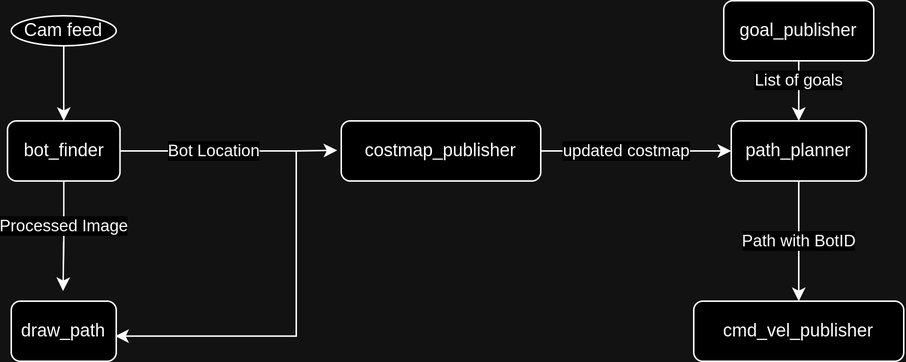
Above: diag.png in ohmvaghela/Flipkart-GRiD-3.0 (draw.io), before the change. Source tidied: cells renumbered, new cells last; positions are measured from the earlier drawing's top-left corner, leaving out a move shared by most shapes. Its diagram source:
```xml
<mxGraphModel>
  <root>
    <mxCell id="0" />
    <mxCell id="1" parent="0" />
    <mxCell id="2" style="edgeStyle=orthogonalEdgeStyle;rounded=0;jettySize=auto;html=1;entryX=0.5;entryY=0;entryDx=0;entryDy=0;" parent="1" edge="1" source="3" target="8">
      <mxGeometry relative="1" as="geometry" />
    </mxCell>
    <mxCell id="3" value="Cam feed" style="ellipse;whiteSpace=wrap;html=1;" parent="1" vertex="1">
      <mxGeometry x="2" y="10" width="70" height="20" as="geometry" />
    </mxCell>
    <mxCell id="4" style="edgeStyle=orthogonalEdgeStyle;rounded=0;jettySize=auto;html=1;entryX=-0.02;entryY=0.49;entryDx=0;entryDy=0;entryPerimeter=0;" parent="1" edge="1" source="8" target="18">
      <mxGeometry relative="1" as="geometry">
        <Array as="points">
          <mxPoint x="192" y="100" />
          <mxPoint x="192" y="100" />
        </Array>
      </mxGeometry>
    </mxCell>
    <mxCell id="5" value="Bot Location" style="edgeLabel;html=1;align=center;verticalAlign=middle;" parent="4" vertex="1">
      <mxGeometry x="-0.15" relative="1" as="geometry" />
    </mxCell>
    <mxCell id="6" style="edgeStyle=orthogonalEdgeStyle;rounded=0;jettySize=auto;html=1;entryX=0.493;entryY=-0.169;entryDx=0;entryDy=0;entryPerimeter=0;" parent="1" edge="1" source="8" target="15">
      <mxGeometry relative="1" as="geometry" />
    </mxCell>
    <mxCell id="7" value="Processed Image" style="edgeLabel;html=1;align=center;verticalAlign=middle;" parent="6" vertex="1">
      <mxGeometry x="-0.19" relative="1" as="geometry" />
    </mxCell>
    <mxCell id="8" value="bot_finder" style="rounded=1;whiteSpace=wrap;html=1;verticalAlign=middle;" parent="1" vertex="1">
      <mxGeometry x="-0.5" y="80" width="75" height="40" as="geometry" />
    </mxCell>
    <mxCell id="9" style="edgeStyle=orthogonalEdgeStyle;rounded=0;jettySize=auto;html=1;" parent="1" edge="1" source="11" target="14">
      <mxGeometry relative="1" as="geometry" />
    </mxCell>
    <mxCell id="10" value="List of goals" style="edgeLabel;html=1;align=center;verticalAlign=middle;" parent="9" vertex="1">
      <mxGeometry x="-0.35" relative="1" as="geometry" />
    </mxCell>
    <mxCell id="11" value="goal_publisher" style="rounded=1;whiteSpace=wrap;html=1;" parent="1" vertex="1">
      <mxGeometry x="477" width="100" height="40" as="geometry" />
    </mxCell>
    <mxCell id="12" style="edgeStyle=orthogonalEdgeStyle;rounded=0;jettySize=auto;html=1;" parent="1" edge="1" source="14" target="19">
      <mxGeometry relative="1" as="geometry" />
    </mxCell>
    <mxCell id="13" value="Path with BotID" style="edgeLabel;html=1;align=center;verticalAlign=middle;" parent="12" vertex="1">
      <mxGeometry x="-0.29" y="2" relative="1" as="geometry">
        <mxPoint x="-2" y="12" as="offset" />
      </mxGeometry>
    </mxCell>
    <mxCell id="14" value="path_planner" style="rounded=1;whiteSpace=wrap;html=1;" parent="1" vertex="1">
      <mxGeometry x="482" y="80" width="90" height="40" as="geometry" />
    </mxCell>
    <mxCell id="15" value="draw_path" style="rounded=1;whiteSpace=wrap;html=1;" parent="1" vertex="1">
      <mxGeometry x="2" y="200" width="70" height="40" as="geometry" />
    </mxCell>
    <mxCell id="16" style="edgeStyle=orthogonalEdgeStyle;rounded=0;jettySize=auto;html=1;entryX=0;entryY=0.5;entryDx=0;entryDy=0;" parent="1" edge="1" source="18" target="14">
      <mxGeometry relative="1" as="geometry" />
    </mxCell>
    <mxCell id="17" value="updated costmap" style="edgeLabel;html=1;align=center;verticalAlign=middle;" parent="16" vertex="1">
      <mxGeometry x="-0.23" y="-1" relative="1" as="geometry">
        <mxPoint x="8" y="-1" as="offset" />
      </mxGeometry>
    </mxCell>
    <mxCell id="18" value="costmap_publisher" style="rounded=1;whiteSpace=wrap;html=1;verticalAlign=middle;" parent="1" vertex="1">
      <mxGeometry x="222" y="80" width="133" height="40" as="geometry" />
    </mxCell>
    <mxCell id="19" value="cmd_vel_publisher" style="rounded=1;whiteSpace=wrap;html=1;" parent="1" vertex="1">
      <mxGeometry x="457" y="200" width="140" height="40" as="geometry" />
    </mxCell>
    <mxCell id="20" style="edgeStyle=orthogonalEdgeStyle;rounded=0;jettySize=auto;html=1;entryX=0.99;entryY=0.582;entryDx=0;entryDy=0;entryPerimeter=0;" parent="1" edge="1" target="15">
      <mxGeometry relative="1" as="geometry">
        <mxPoint x="173.2" y="100" as="sourcePoint" />
        <Array as="points">
          <mxPoint x="192" y="100" />
          <mxPoint x="192" y="223" />
        </Array>
      </mxGeometry>
    </mxCell>
  </root>
</mxGraphModel>
```
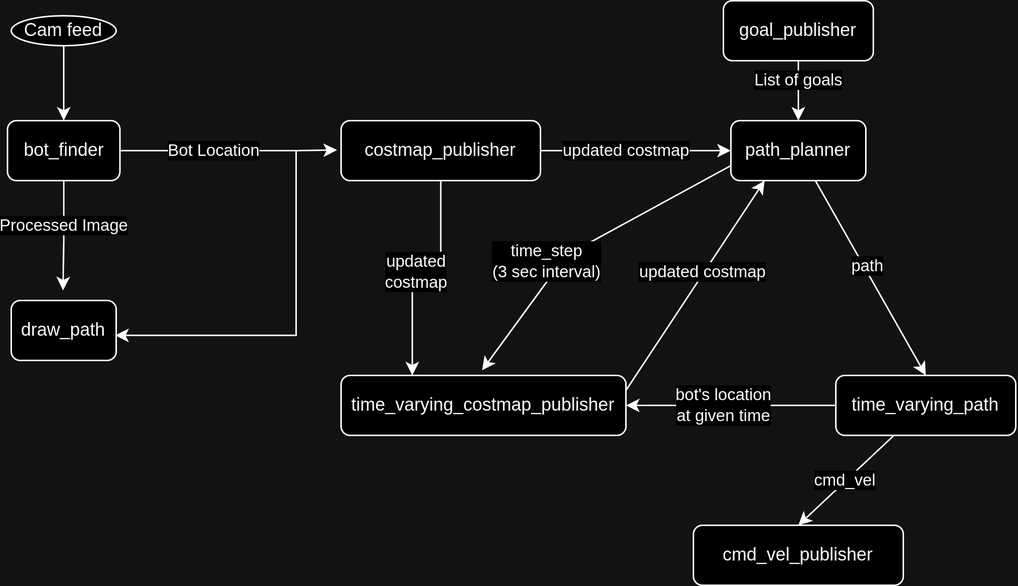
The same file after the commit.

The edit, as a diff of the source:
```diff
@@ -37,14 +37,12 @@
     <mxCell id="11" value="goal_publisher" style="rounded=1;whiteSpace=wrap;html=1;" parent="1" vertex="1">
       <mxGeometry x="477" width="100" height="40" as="geometry" />
     </mxCell>
-    <mxCell id="12" style="edgeStyle=orthogonalEdgeStyle;rounded=0;jettySize=auto;html=1;" parent="1" edge="1" source="14" target="19">
-      <mxGeometry relative="1" as="geometry" />
-    </mxCell>
-    <mxCell id="13" value="Path with BotID" style="edgeLabel;html=1;align=center;verticalAlign=middle;" parent="12" vertex="1">
-      <mxGeometry x="-0.29" y="2" relative="1" as="geometry">
-        <mxPoint x="-2" y="12" as="offset" />
-      </mxGeometry>
-    </mxCell>
+    <mxCell id="21" style="edgeStyle=none;rounded=0;jettySize=auto;html=1;entryX=0.5;entryY=0;entryDx=0;entryDy=0;" parent="1" edge="1" source="14" target="34">
+      <mxGeometry relative="1" as="geometry" />
+    </mxCell>
+    <mxCell id="22" value="path" style="edgeLabel;html=1;align=center;verticalAlign=middle;" parent="21" vertex="1">
+      <mxGeometry x="-0.1" y="2" relative="1" as="geometry" />
+    </mxCell>
     <mxCell id="14" value="path_planner" style="rounded=1;whiteSpace=wrap;html=1;" parent="1" vertex="1">
       <mxGeometry x="482" y="80" width="90" height="40" as="geometry" />
     </mxCell>
@@ -59,11 +57,24 @@
         <mxPoint x="8" y="-1" as="offset" />
       </mxGeometry>
     </mxCell>
+    <mxCell id="23" style="edgeStyle=orthogonalEdgeStyle;rounded=0;jettySize=auto;html=1;entryX=0.25;entryY=0;entryDx=0;entryDy=0;" parent="1" edge="1" source="18" target="27">
+      <mxGeometry relative="1" as="geometry">
+        <Array as="points">
+          <mxPoint x="289" y="185" />
+          <mxPoint x="269" y="185" />
+        </Array>
+      </mxGeometry>
+    </mxCell>
+    <mxCell id="24" value="updated&lt;br&gt;costmap" style="edgeLabel;html=1;align=center;verticalAlign=middle;" parent="23" vertex="1">
+      <mxGeometry x="-0.33" y="1" relative="1" as="geometry">
+        <mxPoint x="-18" y="10" as="offset" />
+      </mxGeometry>
+    </mxCell>
     <mxCell id="18" value="costmap_publisher" style="rounded=1;whiteSpace=wrap;html=1;verticalAlign=middle;" parent="1" vertex="1">
       <mxGeometry x="222" y="80" width="133" height="40" as="geometry" />
     </mxCell>
     <mxCell id="19" value="cmd_vel_publisher" style="rounded=1;whiteSpace=wrap;html=1;" parent="1" vertex="1">
-      <mxGeometry x="457" y="200" width="140" height="40" as="geometry" />
+      <mxGeometry x="457" y="350" width="140" height="40" as="geometry" />
     </mxCell>
     <mxCell id="20" style="edgeStyle=orthogonalEdgeStyle;rounded=0;jettySize=auto;html=1;entryX=0.99;entryY=0.582;entryDx=0;entryDy=0;entryPerimeter=0;" parent="1" edge="1" target="15">
       <mxGeometry relative="1" as="geometry">
@@ -74,5 +85,45 @@
         </Array>
       </mxGeometry>
     </mxCell>
+    <mxCell id="25" style="rounded=0;jettySize=auto;html=1;exitX=1;exitY=0.25;exitDx=0;exitDy=0;entryX=0.25;entryY=1;entryDx=0;entryDy=0;" parent="1" edge="1" source="27" target="14">
+      <mxGeometry relative="1" as="geometry" />
+    </mxCell>
+    <mxCell id="26" value="updated costmap" style="edgeLabel;html=1;align=center;verticalAlign=middle;" parent="25" vertex="1">
+      <mxGeometry x="-0.22" y="2" relative="1" as="geometry">
+        <mxPoint x="16" y="-24" as="offset" />
+      </mxGeometry>
+    </mxCell>
+    <mxCell id="27" value="time_varying_costmap_publisher" style="rounded=1;whiteSpace=wrap;html=1;" parent="1" vertex="1">
+      <mxGeometry x="222" y="250" width="190" height="40" as="geometry" />
+    </mxCell>
+    <mxCell id="28" style="rounded=0;jettySize=auto;html=1;exitX=0;exitY=0.75;exitDx=0;exitDy=0;entryX=0.495;entryY=-0.085;entryDx=0;entryDy=0;entryPerimeter=0;" parent="1" edge="1" source="14" target="27">
+      <mxGeometry relative="1" as="geometry">
+        <Array as="points">
+          <mxPoint x="372" y="170" />
+        </Array>
+      </mxGeometry>
+    </mxCell>
+    <mxCell id="29" value="time_step&lt;br&gt;(3 sec interval)" style="edgeLabel;html=1;align=center;verticalAlign=middle;" parent="28" vertex="1">
+      <mxGeometry x="0.1" y="-1" relative="1" as="geometry">
+        <mxPoint x="-17" y="7" as="offset" />
+      </mxGeometry>
+    </mxCell>
+    <mxCell id="30" style="edgeStyle=none;rounded=0;jettySize=auto;html=1;" parent="1" edge="1" source="34" target="27">
+      <mxGeometry relative="1" as="geometry" />
+    </mxCell>
+    <mxCell id="31" value="bot's location &lt;br&gt;at given time" style="edgeLabel;html=1;align=center;verticalAlign=middle;" parent="30" vertex="1">
+      <mxGeometry x="0.22" relative="1" as="geometry">
+        <mxPoint x="10" as="offset" />
+      </mxGeometry>
+    </mxCell>
+    <mxCell id="32" style="edgeStyle=none;rounded=0;jettySize=auto;html=1;entryX=0.5;entryY=0;entryDx=0;entryDy=0;" parent="1" edge="1" source="34" target="19">
+      <mxGeometry relative="1" as="geometry" />
+    </mxCell>
+    <mxCell id="33" value="cmd_vel" style="edgeLabel;html=1;align=center;verticalAlign=middle;" parent="32" vertex="1">
+      <mxGeometry y="-1" relative="1" as="geometry" />
+    </mxCell>
+    <mxCell id="34" value="time_varying_path" style="rounded=1;whiteSpace=wrap;html=1;" parent="1" vertex="1">
+      <mxGeometry x="552" y="250" width="120" height="40" as="geometry" />
+    </mxCell>
   </root>
 </mxGraphModel>
```
